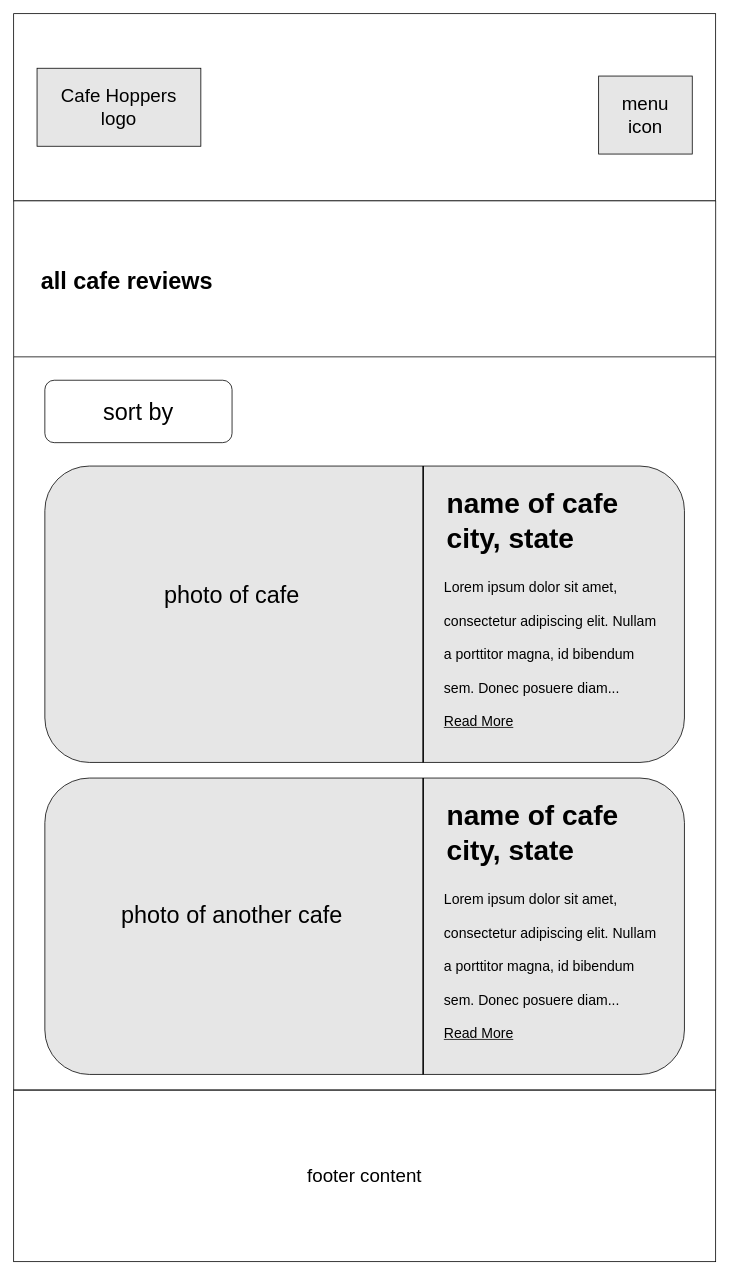
Before: cafe-reviews.drawio in cucumberpeel/drawio-diagrams, a draw.io diagram. Source tidied: cells renumbered, new cells numbered last; positions are measured from the earlier drawing's top-left corner, leaving out a move shared by most shapes. Both pictures are drawn from the tidied source at 78%, with x=0, y=0 at pixel (13, 13).
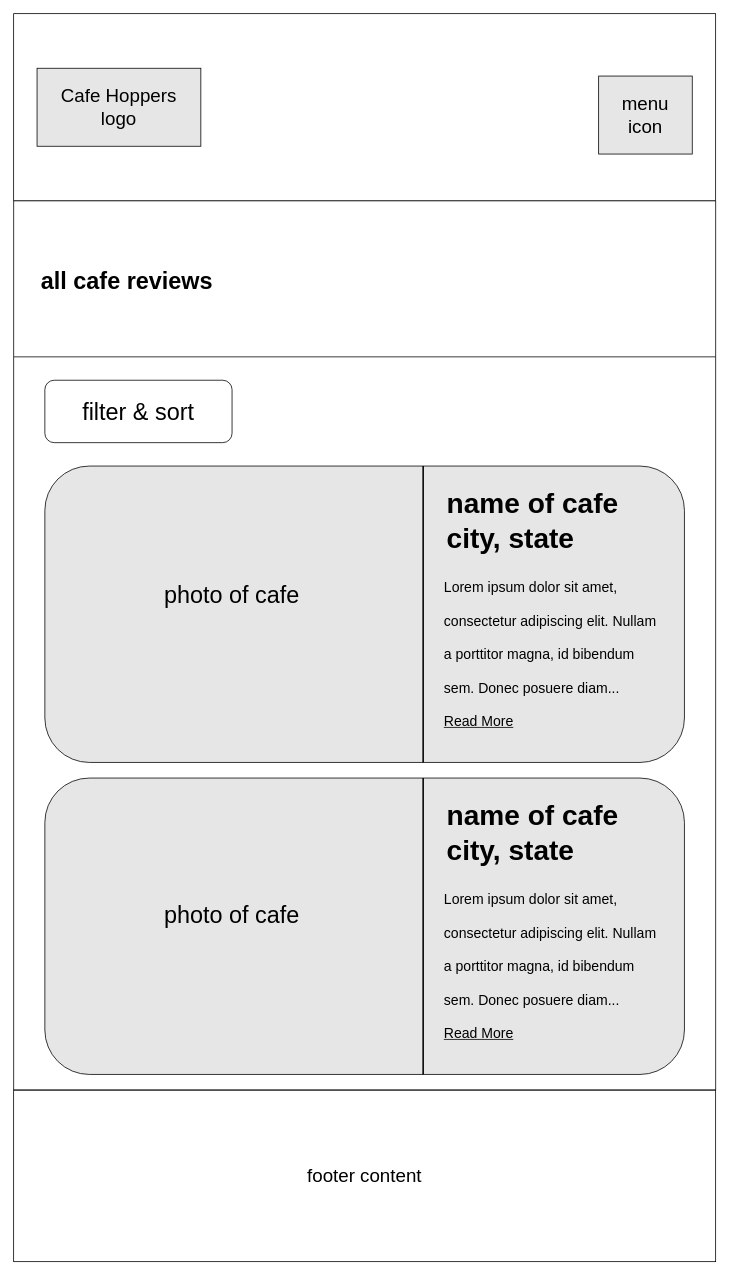
After the change.

Change to the diagram source:
```diff
@@
 <mxGraphModel background="#FFFFFF">
   <root>
     <mxCell id="0" />
     <mxCell id="1" parent="0" />
     <mxCell id="2" style="rounded=0;whiteSpace=wrap;html=1;fontSize=24;fillColor=#FFFFFF;" parent="1" vertex="1">
       <mxGeometry width="900" height="240" as="geometry" />
     </mxCell>
     <mxCell id="3" value="&lt;font style=&quot;font-size: 24px;&quot;&gt;Cafe Hoppers&lt;br&gt;logo&lt;/font&gt;" style="rounded=0;whiteSpace=wrap;html=1;fillColor=#E6E6E6;" parent="1" vertex="1">
       <mxGeometry x="30" y="70" width="210" height="100" as="geometry" />
     </mxCell>
     <mxCell id="4" value="menu&lt;br&gt;icon" style="rounded=0;whiteSpace=wrap;html=1;fontSize=24;fillColor=#E6E6E6;" parent="1" vertex="1">
       <mxGeometry x="750" y="80" width="120" height="100" as="geometry" />
     </mxCell>
     <mxCell id="5" value="footer content" style="rounded=0;whiteSpace=wrap;html=1;fontSize=24;fillColor=#FFFFFF;" parent="1" vertex="1">
       <mxGeometry y="1380" width="900" height="220" as="geometry" />
     </mxCell>
     <mxCell id="6" value="    all cafe reviews" style="swimlane;startSize=200;fontSize=30;align=left;" parent="1" vertex="1">
       <mxGeometry y="240" width="900" height="1140" as="geometry" />
     </mxCell>
-    <mxCell id="7" value="sort by" style="rounded=1;whiteSpace=wrap;html=1;fontSize=30;" parent="6" vertex="1">
+    <mxCell id="7" value="filter &amp;amp; sort" style="rounded=1;whiteSpace=wrap;html=1;fontSize=30;" parent="6" vertex="1">
       <mxGeometry x="40" y="230" width="240" height="80" as="geometry" />
     </mxCell>
     <mxCell id="8" style="rounded=1;whiteSpace=wrap;html=1;fontSize=30;fillColor=#E6E6E6;" parent="6" vertex="1">
       <mxGeometry x="40" y="340" width="820" height="380" as="geometry" />
     </mxCell>
     <mxCell id="9" style="rounded=1;whiteSpace=wrap;html=1;fontSize=30;fillColor=#E6E6E6;" parent="6" vertex="1">
       <mxGeometry x="40" y="740" width="820" height="380" as="geometry" />
     </mxCell>
     <mxCell id="10" style="line;strokeWidth=2;direction=south;html=1;fontSize=30;" parent="6" vertex="1">
       <mxGeometry x="520" y="340" width="10" height="380" as="geometry" />
     </mxCell>
     <mxCell id="11" style="line;strokeWidth=2;direction=south;html=1;fontSize=30;" parent="6" vertex="1">
       <mxGeometry x="520" y="740" width="10" height="380" as="geometry" />
     </mxCell>
     <mxCell id="12" value="photo of cafe" style="text;html=1;strokeColor=none;fillColor=none;align=center;verticalAlign=middle;whiteSpace=wrap;rounded=0;fontSize=30;" parent="6" vertex="1">
       <mxGeometry x="180" y="490" width="200" height="30" as="geometry" />
     </mxCell>
-    <mxCell id="13" value="photo of another cafe" style="text;html=1;strokeColor=none;fillColor=none;align=center;verticalAlign=middle;whiteSpace=wrap;rounded=0;fontSize=30;" parent="6" vertex="1">
+    <mxCell id="13" value="photo of cafe" style="text;html=1;strokeColor=none;fillColor=none;align=center;verticalAlign=middle;whiteSpace=wrap;rounded=0;fontSize=30;" parent="6" vertex="1">
       <mxGeometry x="130" y="900" width="300" height="30" as="geometry" />
     </mxCell>
     <mxCell id="14" value="&lt;div style=&quot;text-align: left; font-size: 36px;&quot;&gt;&lt;span style=&quot;background-color: initial;&quot;&gt;&lt;font style=&quot;font-size: 36px;&quot;&gt;name of cafe&lt;/font&gt;&lt;/span&gt;&lt;/div&gt;&lt;div style=&quot;text-align: left; font-size: 36px;&quot;&gt;&lt;span style=&quot;background-color: initial;&quot;&gt;&lt;font style=&quot;font-size: 36px;&quot;&gt;city, state&lt;/font&gt;&lt;/span&gt;&lt;/div&gt;" style="text;strokeColor=none;fillColor=none;html=1;fontSize=24;fontStyle=1;verticalAlign=middle;align=center;" parent="6" vertex="1">
       <mxGeometry x="530" y="370" width="270" height="80" as="geometry" />
     </mxCell>
     <mxCell id="15" value="&lt;div style=&quot;text-align: left; font-size: 36px;&quot;&gt;&lt;span style=&quot;background-color: initial;&quot;&gt;&lt;font style=&quot;font-size: 36px;&quot;&gt;name of cafe&lt;/font&gt;&lt;/span&gt;&lt;/div&gt;&lt;div style=&quot;text-align: left; font-size: 36px;&quot;&gt;&lt;span style=&quot;background-color: initial;&quot;&gt;&lt;font style=&quot;font-size: 36px;&quot;&gt;city, state&lt;/font&gt;&lt;/span&gt;&lt;/div&gt;" style="text;strokeColor=none;fillColor=none;html=1;fontSize=24;fontStyle=1;verticalAlign=middle;align=center;" parent="6" vertex="1">
       <mxGeometry x="530" y="770" width="270" height="80" as="geometry" />
     </mxCell>
     <mxCell id="16" value="&lt;span style=&quot;&quot;&gt;&lt;font style=&quot;font-size: 18px; line-height: 0.9;&quot;&gt;Lorem ipsum dolor sit amet, consectetur adipiscing elit. Nullam a porttitor magna, id bibendum sem. Donec posuere diam...&lt;br&gt;&lt;u&gt;Read More&lt;/u&gt;&lt;br&gt;&lt;/font&gt;&lt;/span&gt;" style="text;html=1;strokeColor=none;fillColor=none;align=left;verticalAlign=middle;whiteSpace=wrap;rounded=0;fontSize=36;" parent="6" vertex="1">
       <mxGeometry x="550" y="860" width="280" height="230" as="geometry" />
     </mxCell>
     <mxCell id="17" value="&lt;span style=&quot;&quot;&gt;&lt;font style=&quot;font-size: 18px; line-height: 0.9;&quot;&gt;Lorem ipsum dolor sit amet, consectetur adipiscing elit. Nullam a porttitor magna, id bibendum sem. Donec posuere diam...&lt;br&gt;&lt;u&gt;Read More&lt;/u&gt;&lt;br&gt;&lt;/font&gt;&lt;/span&gt;" style="text;html=1;strokeColor=none;fillColor=none;align=left;verticalAlign=middle;whiteSpace=wrap;rounded=0;fontSize=36;" parent="6" vertex="1">
       <mxGeometry x="550" y="460" width="280" height="230" as="geometry" />
     </mxCell>
   </root>
 </mxGraphModel>
```
